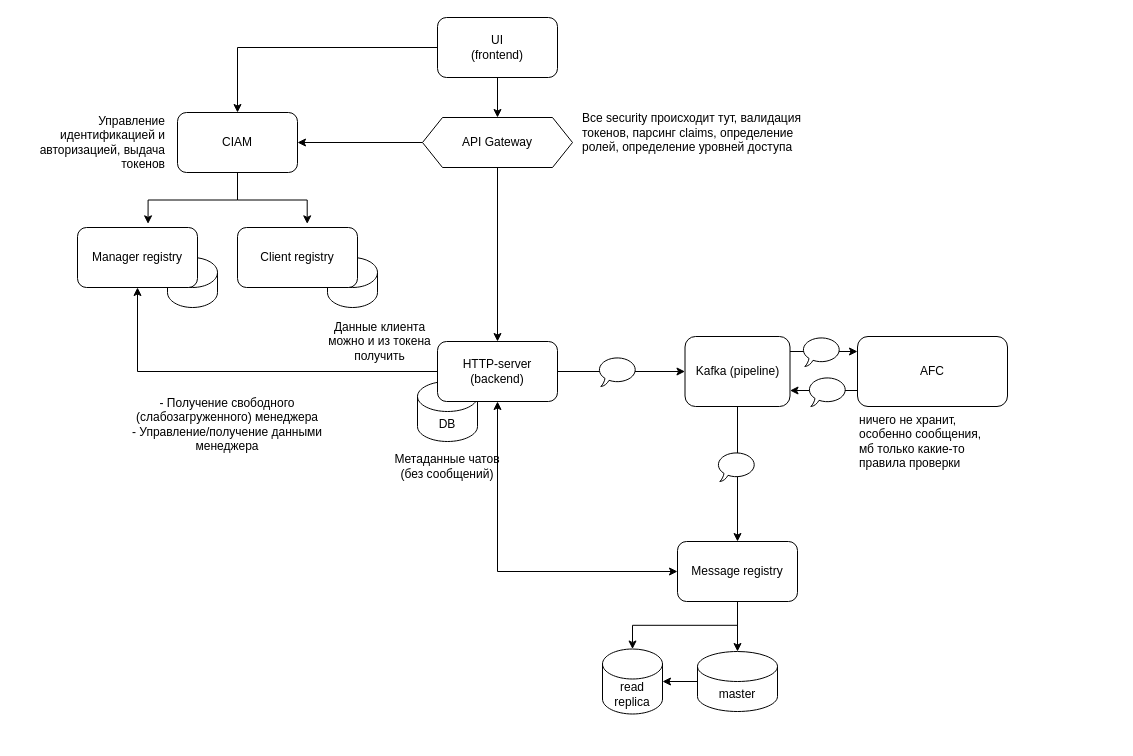
Above: Диаграмма без названия.drawio in isteshkov/ca (draw.io), before the change. Source tidied: cells renumbered, new cells numbered last; positions are measured from the earlier drawing's top-left corner, leaving out a move shared by most shapes. Both pictures are drawn from the tidied source at 100%, with x=0, y=0 at pixel (17, 17).
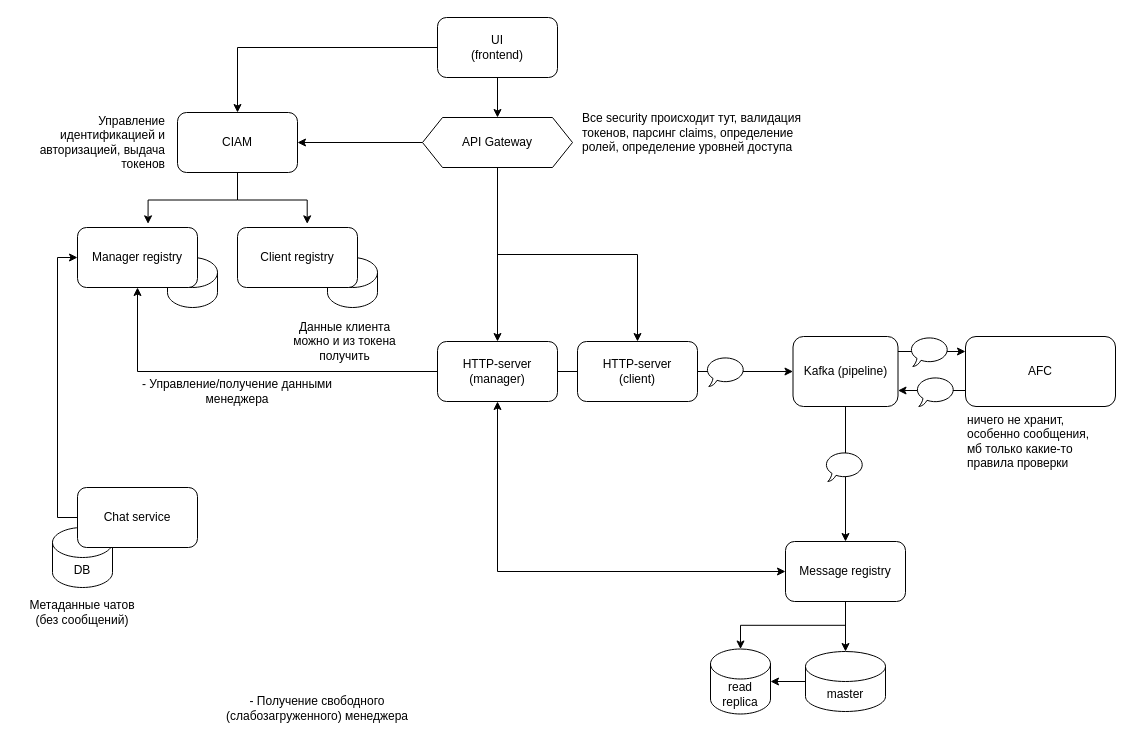
Above is the later version.

Unchanged cells that the change refers to:
```xml
<mxCell id="14" value="API Gateway" style="shape=hexagon;perimeter=hexagonPerimeter2;whiteSpace=wrap;html=1;fixedSize=1;" parent="1" vertex="1">
  <mxGeometry x="405" y="100" width="150" height="50" as="geometry" />
</mxCell>
<mxCell id="21" value="Manager registry" style="rounded=1;whiteSpace=wrap;html=1;" parent="1" vertex="1">
  <mxGeometry x="60" y="210" width="120" height="60" as="geometry" />
</mxCell>
```

Diff of the diagram source:
```diff
@@
     <mxCell id="2" value="DB" style="shape=cylinder3;whiteSpace=wrap;html=1;boundedLbl=1;backgroundOutline=1;size=15;" parent="1" vertex="1">
-      <mxGeometry x="400" y="364" width="60" height="60" as="geometry" />
+      <mxGeometry x="35" y="510" width="60" height="60" as="geometry" />
     </mxCell>
@@
-    <mxCell id="8" value="HTTP-server&lt;br&gt;(backend)" style="rounded=1;whiteSpace=wrap;html=1;" parent="1" vertex="1">
+    <mxCell id="8" value="HTTP-server&lt;br&gt;(manager)" style="rounded=1;whiteSpace=wrap;html=1;" parent="1" vertex="1">
       <mxGeometry x="420" y="324" width="120" height="60" as="geometry" />
     </mxCell>
@@
+    <mxCell id="41" style="edgeStyle=orthogonalEdgeStyle;rounded=0;jettySize=auto;html=1;entryX=0.5;entryY=0;entryDx=0;entryDy=0;exitX=0.5;exitY=1;exitDx=0;exitDy=0;" parent="1" edge="1" source="14" target="45">
+      <mxGeometry relative="1" as="geometry" />
+    </mxCell>
@@
     <mxCell id="20" value="Метаданные чатов (без сообщений)" style="text;html=1;strokeColor=none;fillColor=none;align=center;verticalAlign=middle;whiteSpace=wrap;rounded=0;" parent="1" vertex="1">
-      <mxGeometry x="375" y="419" width="110" height="60" as="geometry" />
+      <mxGeometry x="10" y="565" width="110" height="60" as="geometry" />
     </mxCell>
@@
     <mxCell id="25" value="Message registry" style="rounded=1;whiteSpace=wrap;html=1;" parent="1" vertex="1">
-      <mxGeometry x="660" y="524" width="120" height="60" as="geometry" />
+      <mxGeometry x="768" y="524" width="120" height="60" as="geometry" />
     </mxCell>
@@
     <mxCell id="27" value="master" style="shape=cylinder3;whiteSpace=wrap;html=1;boundedLbl=1;backgroundOutline=1;size=15;" parent="1" vertex="1">
-      <mxGeometry x="680" y="634" width="80" height="60" as="geometry" />
+      <mxGeometry x="788" y="634" width="80" height="60" as="geometry" />
     </mxCell>
     <mxCell id="28" value="read replica" style="shape=cylinder3;whiteSpace=wrap;html=1;boundedLbl=1;backgroundOutline=1;size=15;" parent="1" vertex="1">
-      <mxGeometry x="585" y="631.5" width="60" height="65" as="geometry" />
+      <mxGeometry x="693" y="631.5" width="60" height="65" as="geometry" />
     </mxCell>
@@
     <mxCell id="30" style="edgeStyle=orthogonalEdgeStyle;rounded=0;orthogonalLoop=1;jettySize=auto;html=1;entryX=0;entryY=0.5;entryDx=0;entryDy=0;" parent="1" edge="1">
       <mxGeometry relative="1" as="geometry">
-        <mxPoint x="772.5" y="334" as="sourcePoint" />
-        <mxPoint x="840" y="334" as="targetPoint" />
+        <mxPoint x="880.5" y="334" as="sourcePoint" />
+        <mxPoint x="948" y="334" as="targetPoint" />
       </mxGeometry>
     </mxCell>
     <mxCell id="31" value="Kafka (pipeline)" style="rounded=1;whiteSpace=wrap;html=1;" parent="1" vertex="1">
-      <mxGeometry x="667.5" y="319" width="105" height="70" as="geometry" />
+      <mxGeometry x="775.5" y="319" width="105" height="70" as="geometry" />
     </mxCell>
     <mxCell id="32" style="edgeStyle=orthogonalEdgeStyle;rounded=0;orthogonalLoop=1;jettySize=auto;html=1;" parent="1" edge="1">
       <mxGeometry relative="1" as="geometry">
-        <mxPoint x="840" y="373" as="sourcePoint" />
-        <mxPoint x="772.5" y="373" as="targetPoint" />
+        <mxPoint x="948" y="373" as="sourcePoint" />
+        <mxPoint x="880.5" y="373" as="targetPoint" />
       </mxGeometry>
     </mxCell>
     <mxCell id="33" value="AFC" style="rounded=1;whiteSpace=wrap;html=1;" parent="1" vertex="1">
-      <mxGeometry x="840" y="319" width="150" height="70" as="geometry" />
+      <mxGeometry x="948" y="319" width="150" height="70" as="geometry" />
     </mxCell>
     <mxCell id="34" value="ничего не хранит, особенно сообщения, мб только какие-то правила проверки" style="text;html=1;strokeColor=none;fillColor=none;align=left;verticalAlign=middle;whiteSpace=wrap;rounded=0;" parent="1" vertex="1">
-      <mxGeometry x="840" y="384" width="130" height="80" as="geometry" />
+      <mxGeometry x="948" y="384" width="130" height="80" as="geometry" />
     </mxCell>
     <mxCell id="35" style="whiteSpace=wrap;html=1;shape=mxgraph.basic.oval_callout;" parent="1" vertex="1">
-      <mxGeometry x="784" y="319" width="40" height="30" as="geometry" />
+      <mxGeometry x="892" y="319" width="40" height="30" as="geometry" />
     </mxCell>
     <mxCell id="36" style="whiteSpace=wrap;html=1;shape=mxgraph.basic.oval_callout;" parent="1" vertex="1">
-      <mxGeometry x="790" y="359" width="40" height="30" as="geometry" />
+      <mxGeometry x="898" y="359" width="40" height="30" as="geometry" />
     </mxCell>
     <mxCell id="37" style="whiteSpace=wrap;html=1;shape=mxgraph.basic.oval_callout;" parent="1" vertex="1">
-      <mxGeometry x="580" y="339" width="40" height="30" as="geometry" />
+      <mxGeometry x="688" y="339" width="40" height="30" as="geometry" />
     </mxCell>
     <mxCell id="38" style="whiteSpace=wrap;html=1;shape=mxgraph.basic.oval_callout;" parent="1" vertex="1">
-      <mxGeometry x="699" y="434" width="40" height="30" as="geometry" />
+      <mxGeometry x="807" y="434" width="40" height="30" as="geometry" />
     </mxCell>
-    <mxCell id="39" value="- Получение свободного (слабозагруженного) менеджера&lt;br&gt;- Управление/получение данными менеджера" style="text;html=1;strokeColor=none;fillColor=none;align=center;verticalAlign=middle;whiteSpace=wrap;rounded=0;" parent="1" vertex="1">
-      <mxGeometry x="110" y="364" width="200" height="86" as="geometry" />
+    <mxCell id="39" value="- Управление/получение данными менеджера" style="text;html=1;strokeColor=none;fillColor=none;align=center;verticalAlign=middle;whiteSpace=wrap;rounded=0;" parent="1" vertex="1">
+      <mxGeometry x="120" y="354" width="200" height="40" as="geometry" />
     </mxCell>
     <mxCell id="40" value="Данные клиента можно и из токена получить" style="text;html=1;strokeColor=none;fillColor=none;align=center;verticalAlign=middle;whiteSpace=wrap;rounded=0;" parent="1" vertex="1">
-      <mxGeometry x="305" y="309" width="115" height="30" as="geometry" />
+      <mxGeometry x="270" y="309" width="115" height="30" as="geometry" />
     </mxCell>
+    <mxCell id="42" value="- Получение свободного (слабозагруженного) менеджера" style="text;html=1;strokeColor=none;fillColor=none;align=center;verticalAlign=middle;whiteSpace=wrap;rounded=0;" parent="1" vertex="1">
+      <mxGeometry x="200" y="660" width="200" height="61" as="geometry" />
+    </mxCell>
+    <mxCell id="43" style="edgeStyle=orthogonalEdgeStyle;rounded=0;jettySize=auto;html=1;entryX=0;entryY=0.5;entryDx=0;entryDy=0;exitX=0;exitY=0.5;exitDx=0;exitDy=0;" parent="1" edge="1" source="44" target="21">
+      <mxGeometry relative="1" as="geometry" />
+    </mxCell>
+    <mxCell id="44" value="Chat service" style="rounded=1;whiteSpace=wrap;html=1;" parent="1" vertex="1">
+      <mxGeometry x="60" y="470" width="120" height="60" as="geometry" />
+    </mxCell>
+    <mxCell id="45" value="HTTP-server&lt;br&gt;(client)" style="rounded=1;whiteSpace=wrap;html=1;" parent="1" vertex="1">
+      <mxGeometry x="560" y="324" width="120" height="60" as="geometry" />
+    </mxCell>
```
